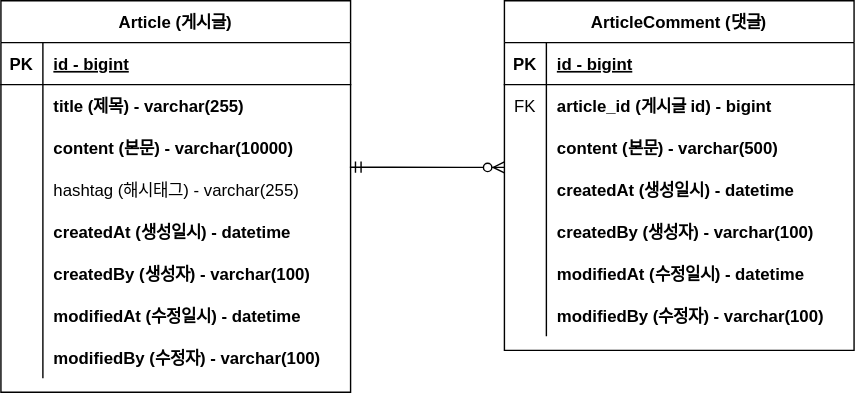
Powerbobo/board-project keeps this draw.io diagram as document/board-project-erd.svg. Above is the earlier version. Source tidied: cells renumbered, new cells last; positions are measured from the earlier drawing's top-left corner, leaving out a move shared by most shapes.
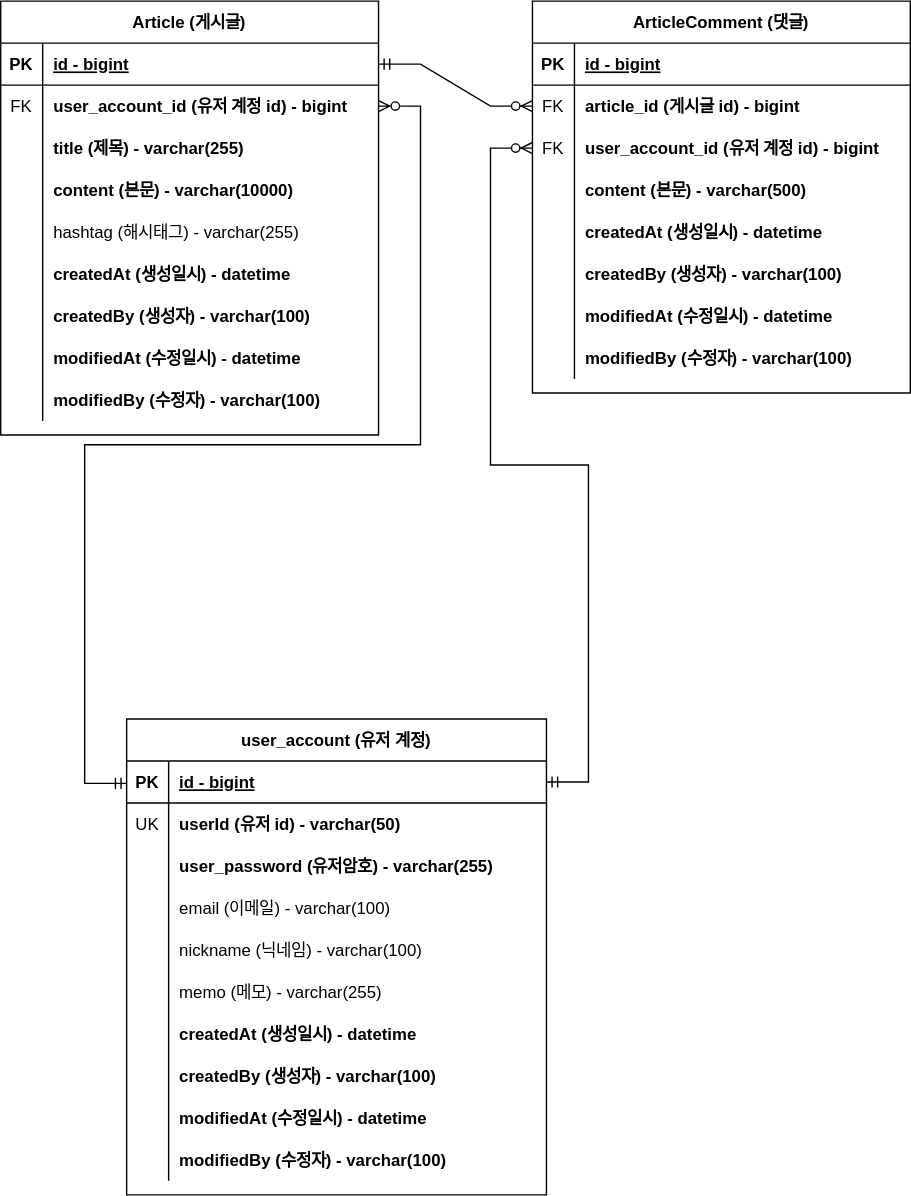
Later version of the same file.

Commit message:
#16 - erd 업데이트: useraccount 테이블 추가

Diff of the diagram source:
```diff
@@ -5,6 +5,6 @@
     <mxCell id="2" value="Article (게시글)" style="shape=table;startSize=30;rowLines=0;fontStyle=1;align=center;" parent="1" vertex="1">
-      <mxGeometry width="250" height="280" as="geometry" />
+      <mxGeometry x="-20" width="270" height="310" as="geometry" />
     </mxCell>
     <mxCell id="3" style="shape=partialRectangle;fillColor=none;points=[[0,0.5],[1,0.5]];portConstraint=eastwest;top=0;left=0;right=0;bottom=1;" parent="2" vertex="1">
-      <mxGeometry y="30" width="250" height="30" as="geometry" />
+      <mxGeometry y="30" width="270" height="30" as="geometry" />
     </mxCell>
@@ -14,6 +14,15 @@
     <mxCell id="5" value="id - bigint" style="shape=partialRectangle;overflow=hidden;fillColor=none;top=0;left=0;bottom=0;right=0;align=left;spacingLeft=6;fontStyle=5;" parent="3" vertex="1">
-      <mxGeometry x="30" width="220" height="30" as="geometry" />
+      <mxGeometry x="30" width="240" height="30" as="geometry" />
     </mxCell>
+    <mxCell id="50" style="shape=partialRectangle;fillColor=none;points=[[0,0.5],[1,0.5]];portConstraint=eastwest;top=0;left=0;right=0;bottom=0;" parent="2" vertex="1">
+      <mxGeometry y="60" width="270" height="30" as="geometry" />
+    </mxCell>
+    <mxCell id="51" value="FK" style="shape=partialRectangle;overflow=hidden;fillColor=none;top=0;left=0;bottom=0;right=0;fontStyle=0;" parent="50" vertex="1">
+      <mxGeometry width="30" height="30" as="geometry" />
+    </mxCell>
+    <mxCell id="52" value="user_account_id (유저 계정 id) - bigint" style="shape=partialRectangle;overflow=hidden;fillColor=none;top=0;left=0;bottom=0;right=0;align=left;spacingLeft=6;fontStyle=1;" parent="50" vertex="1">
+      <mxGeometry x="30" width="240" height="30" as="geometry" />
+    </mxCell>
     <mxCell id="6" style="shape=partialRectangle;fillColor=none;top=0;left=0;right=0;bottom=0;" parent="2" vertex="1">
-      <mxGeometry y="60" width="250" height="30" as="geometry" />
+      <mxGeometry y="90" width="270" height="30" as="geometry" />
     </mxCell>
@@ -23,6 +32,6 @@
     <mxCell id="8" value="title (제목) - varchar(255)" style="shape=partialRectangle;overflow=hidden;fillColor=none;top=0;left=0;bottom=0;right=0;align=left;spacingLeft=6;fontStyle=1;" parent="6" vertex="1">
-      <mxGeometry x="30" width="220" height="30" as="geometry" />
+      <mxGeometry x="30" width="240" height="30" as="geometry" />
     </mxCell>
     <mxCell id="9" style="shape=partialRectangle;fillColor=none;top=0;left=0;right=0;bottom=0;" parent="2" vertex="1">
-      <mxGeometry y="90" width="250" height="30" as="geometry" />
+      <mxGeometry y="120" width="270" height="30" as="geometry" />
     </mxCell>
@@ -32,6 +41,6 @@
     <mxCell id="11" value="content (본문) - varchar(10000)" style="shape=partialRectangle;overflow=hidden;fillColor=none;top=0;left=0;bottom=0;right=0;align=left;spacingLeft=6;fontStyle=1;" parent="9" vertex="1">
-      <mxGeometry x="30" width="220" height="30" as="geometry" />
+      <mxGeometry x="30" width="240" height="30" as="geometry" />
     </mxCell>
     <mxCell id="12" style="shape=partialRectangle;fillColor=none;top=0;left=0;right=0;bottom=0;" parent="2" vertex="1">
-      <mxGeometry y="120" width="250" height="30" as="geometry" />
+      <mxGeometry y="150" width="270" height="30" as="geometry" />
     </mxCell>
@@ -41,6 +50,6 @@
     <mxCell id="14" value="hashtag (해시태그) - varchar(255)" style="shape=partialRectangle;overflow=hidden;fillColor=none;top=0;left=0;bottom=0;right=0;align=left;spacingLeft=6;" parent="12" vertex="1">
-      <mxGeometry x="30" width="220" height="30" as="geometry" />
+      <mxGeometry x="30" width="240" height="30" as="geometry" />
     </mxCell>
     <mxCell id="15" style="shape=partialRectangle;fillColor=none;top=0;left=0;right=0;bottom=0;" parent="2" vertex="1">
-      <mxGeometry y="150" width="250" height="30" as="geometry" />
+      <mxGeometry y="180" width="270" height="30" as="geometry" />
     </mxCell>
@@ -50,6 +59,6 @@
     <mxCell id="17" value="createdAt (생성일시) - datetime" style="shape=partialRectangle;overflow=hidden;fillColor=none;top=0;left=0;bottom=0;right=0;align=left;spacingLeft=6;fontStyle=1;" parent="15" vertex="1">
-      <mxGeometry x="30" width="220" height="30" as="geometry" />
+      <mxGeometry x="30" width="240" height="30" as="geometry" />
     </mxCell>
     <mxCell id="18" style="shape=partialRectangle;fillColor=none;top=0;left=0;right=0;bottom=0;" parent="2" vertex="1">
-      <mxGeometry y="180" width="250" height="30" as="geometry" />
+      <mxGeometry y="210" width="270" height="30" as="geometry" />
     </mxCell>
@@ -59,6 +68,6 @@
     <mxCell id="20" value="createdBy (생성자) - varchar(100)" style="shape=partialRectangle;overflow=hidden;fillColor=none;top=0;left=0;bottom=0;right=0;align=left;spacingLeft=6;fontStyle=1;" parent="18" vertex="1">
-      <mxGeometry x="30" width="220" height="30" as="geometry" />
+      <mxGeometry x="30" width="240" height="30" as="geometry" />
     </mxCell>
     <mxCell id="21" style="shape=partialRectangle;fillColor=none;top=0;left=0;right=0;bottom=0;" parent="2" vertex="1">
-      <mxGeometry y="210" width="250" height="30" as="geometry" />
+      <mxGeometry y="240" width="270" height="30" as="geometry" />
     </mxCell>
@@ -68,6 +77,6 @@
     <mxCell id="23" value="modifiedAt (수정일시) - datetime" style="shape=partialRectangle;overflow=hidden;fillColor=none;top=0;left=0;bottom=0;right=0;align=left;spacingLeft=6;fontStyle=1;" parent="21" vertex="1">
-      <mxGeometry x="30" width="220" height="30" as="geometry" />
+      <mxGeometry x="30" width="240" height="30" as="geometry" />
     </mxCell>
     <mxCell id="24" style="shape=partialRectangle;fillColor=none;top=0;left=0;right=0;bottom=0;" parent="2" vertex="1">
-      <mxGeometry y="240" width="250" height="30" as="geometry" />
+      <mxGeometry y="270" width="270" height="30" as="geometry" />
     </mxCell>
@@ -77,9 +86,9 @@
     <mxCell id="26" value="modifiedBy (수정자) - varchar(100)" style="shape=partialRectangle;overflow=hidden;fillColor=none;top=0;left=0;bottom=0;right=0;align=left;spacingLeft=6;fontStyle=1;" parent="24" vertex="1">
-      <mxGeometry x="30" width="220" height="30" as="geometry" />
+      <mxGeometry x="30" width="240" height="30" as="geometry" />
     </mxCell>
     <mxCell id="27" value="ArticleComment (댓글)" style="shape=table;startSize=30;rowLines=0;fontStyle=1;align=center;" parent="1" vertex="1">
-      <mxGeometry x="360" width="250" height="250" as="geometry" />
+      <mxGeometry x="360" width="270" height="280" as="geometry" />
     </mxCell>
     <mxCell id="28" style="shape=partialRectangle;fillColor=none;top=0;left=0;right=0;bottom=1;" parent="27" vertex="1">
-      <mxGeometry y="30" width="250" height="30" as="geometry" />
+      <mxGeometry y="30" width="270" height="30" as="geometry" />
     </mxCell>
@@ -89,6 +98,6 @@
     <mxCell id="30" value="id - bigint" style="shape=partialRectangle;overflow=hidden;fillColor=none;top=0;left=0;bottom=0;right=0;align=left;spacingLeft=6;fontStyle=5;" parent="28" vertex="1">
-      <mxGeometry x="30" width="220" height="30" as="geometry" />
+      <mxGeometry x="30" width="240" height="30" as="geometry" />
     </mxCell>
     <mxCell id="31" style="shape=partialRectangle;fillColor=none;points=[[0,0.5],[1,0.5]];portConstraint=eastwest;top=0;left=0;right=0;bottom=0;" parent="27" vertex="1">
-      <mxGeometry y="60" width="250" height="30" as="geometry" />
+      <mxGeometry y="60" width="270" height="30" as="geometry" />
     </mxCell>
@@ -98,6 +107,15 @@
     <mxCell id="33" value="article_id (게시글 id) - bigint" style="shape=partialRectangle;overflow=hidden;fillColor=none;top=0;left=0;bottom=0;right=0;align=left;spacingLeft=6;fontStyle=1;" parent="31" vertex="1">
-      <mxGeometry x="30" width="220" height="30" as="geometry" />
+      <mxGeometry x="30" width="240" height="30" as="geometry" />
     </mxCell>
+    <mxCell id="53" style="shape=partialRectangle;fillColor=none;top=0;left=0;right=0;bottom=0;" parent="27" vertex="1">
+      <mxGeometry y="90" width="270" height="30" as="geometry" />
+    </mxCell>
+    <mxCell id="54" value="FK" style="shape=partialRectangle;overflow=hidden;fillColor=none;top=0;left=0;bottom=0;right=0;" parent="53" vertex="1">
+      <mxGeometry width="30" height="30" as="geometry" />
+    </mxCell>
+    <mxCell id="55" value="user_account_id (유저 계정 id) - bigint" style="shape=partialRectangle;overflow=hidden;fillColor=none;top=0;left=0;bottom=0;right=0;align=left;spacingLeft=6;fontStyle=1;" parent="53" vertex="1">
+      <mxGeometry x="30" width="240" height="30" as="geometry" />
+    </mxCell>
     <mxCell id="34" style="shape=partialRectangle;fillColor=none;top=0;left=0;right=0;bottom=0;" parent="27" vertex="1">
-      <mxGeometry y="90" width="250" height="30" as="geometry" />
+      <mxGeometry y="120" width="270" height="30" as="geometry" />
     </mxCell>
@@ -107,6 +125,6 @@
     <mxCell id="36" value="content (본문) - varchar(500)" style="shape=partialRectangle;overflow=hidden;fillColor=none;top=0;left=0;bottom=0;right=0;align=left;spacingLeft=6;fontStyle=1;" parent="34" vertex="1">
-      <mxGeometry x="30" width="220" height="30" as="geometry" />
+      <mxGeometry x="30" width="240" height="30" as="geometry" />
     </mxCell>
     <mxCell id="37" style="shape=partialRectangle;fillColor=none;top=0;left=0;right=0;bottom=0;" parent="27" vertex="1">
-      <mxGeometry y="120" width="250" height="30" as="geometry" />
+      <mxGeometry y="150" width="270" height="30" as="geometry" />
     </mxCell>
@@ -116,6 +134,6 @@
     <mxCell id="39" value="createdAt (생성일시) - datetime" style="shape=partialRectangle;overflow=hidden;fillColor=none;top=0;left=0;bottom=0;right=0;align=left;spacingLeft=6;fontStyle=1;" parent="37" vertex="1">
-      <mxGeometry x="30" width="220" height="30" as="geometry" />
+      <mxGeometry x="30" width="240" height="30" as="geometry" />
     </mxCell>
     <mxCell id="40" style="shape=partialRectangle;fillColor=none;top=0;left=0;right=0;bottom=0;" parent="27" vertex="1">
-      <mxGeometry y="150" width="250" height="30" as="geometry" />
+      <mxGeometry y="180" width="270" height="30" as="geometry" />
     </mxCell>
@@ -125,6 +143,6 @@
     <mxCell id="42" value="createdBy (생성자) - varchar(100)" style="shape=partialRectangle;overflow=hidden;fillColor=none;top=0;left=0;bottom=0;right=0;align=left;spacingLeft=6;fontStyle=1;" parent="40" vertex="1">
-      <mxGeometry x="30" width="220" height="30" as="geometry" />
+      <mxGeometry x="30" width="240" height="30" as="geometry" />
     </mxCell>
     <mxCell id="43" style="shape=partialRectangle;fillColor=none;top=0;left=0;right=0;bottom=0;" parent="27" vertex="1">
-      <mxGeometry y="180" width="250" height="30" as="geometry" />
+      <mxGeometry y="210" width="270" height="30" as="geometry" />
     </mxCell>
@@ -134,6 +152,6 @@
     <mxCell id="45" value="modifiedAt (수정일시) - datetime" style="shape=partialRectangle;overflow=hidden;fillColor=none;top=0;left=0;bottom=0;right=0;align=left;spacingLeft=6;fontStyle=1;" parent="43" vertex="1">
-      <mxGeometry x="30" width="220" height="30" as="geometry" />
+      <mxGeometry x="30" width="240" height="30" as="geometry" />
     </mxCell>
     <mxCell id="46" style="shape=partialRectangle;fillColor=none;top=0;left=0;right=0;bottom=0;" parent="27" vertex="1">
-      <mxGeometry y="210" width="250" height="30" as="geometry" />
+      <mxGeometry y="240" width="270" height="30" as="geometry" />
     </mxCell>
@@ -143,10 +161,120 @@
     <mxCell id="48" value="modifiedBy (수정자) - varchar(100)" style="shape=partialRectangle;overflow=hidden;fillColor=none;top=0;left=0;bottom=0;right=0;align=left;spacingLeft=6;fontStyle=1;" parent="46" vertex="1">
-      <mxGeometry x="30" width="220" height="30" as="geometry" />
+      <mxGeometry x="30" width="240" height="30" as="geometry" />
     </mxCell>
-    <mxCell id="49" style="edgeStyle=entityRelationEdgeStyle;fontSize=12;html=1;endArrow=ERzeroToMany;startArrow=ERmandOne;rounded=0;exitX=0.998;exitY=1.002;exitDx=0;exitDy=0;exitPerimeter=0;entryX=0;entryY=0.006;entryDx=0;entryDy=0;entryPerimeter=0;" parent="1" edge="1">
-      <mxGeometry relative="1" as="geometry">
-        <mxPoint x="249.5" y="119.1" as="sourcePoint" />
-        <mxPoint x="360" y="119.2" as="targetPoint" />
-      </mxGeometry>
+    <mxCell id="49" style="edgeStyle=entityRelationEdgeStyle;fontSize=12;html=1;endArrow=ERzeroToMany;startArrow=ERmandOne;rounded=0;exitX=1;exitY=0.5;exitDx=0;exitDy=0;entryX=0;entryY=0.5;entryDx=0;entryDy=0;" parent="1" edge="1" source="3" target="31">
+      <mxGeometry relative="1" as="geometry" />
     </mxCell>
+    <mxCell id="56" value="user_account (유저 계정)" style="shape=table;startSize=30;rowLines=0;fontStyle=1;align=center;" parent="1" vertex="1">
+      <mxGeometry x="70" y="513" width="300" height="340" as="geometry" />
+    </mxCell>
+    <mxCell id="57" style="shape=partialRectangle;fillColor=none;points=[[0,0.5],[1,0.5]];portConstraint=eastwest;top=0;left=0;right=0;bottom=1;" parent="56" vertex="1">
+      <mxGeometry y="30" width="300" height="30" as="geometry" />
+    </mxCell>
+    <mxCell id="58" value="PK" style="shape=partialRectangle;overflow=hidden;fillColor=none;top=0;left=0;bottom=0;right=0;fontStyle=1;" parent="57" vertex="1">
+      <mxGeometry width="30" height="30" as="geometry" />
+    </mxCell>
+    <mxCell id="59" value="id - bigint" style="shape=partialRectangle;overflow=hidden;fillColor=none;top=0;left=0;bottom=0;right=0;align=left;spacingLeft=6;fontStyle=5;" parent="57" vertex="1">
+      <mxGeometry x="30" width="270" height="30" as="geometry" />
+    </mxCell>
+    <mxCell id="60" style="shape=partialRectangle;fillColor=none;top=0;left=0;right=0;bottom=0;" parent="56" vertex="1">
+      <mxGeometry y="60" width="300" height="30" as="geometry" />
+    </mxCell>
+    <mxCell id="61" value="UK" style="shape=partialRectangle;overflow=hidden;fillColor=none;top=0;left=0;bottom=0;right=0;fontStyle=0;" parent="60" vertex="1">
+      <mxGeometry width="30" height="30" as="geometry" />
+    </mxCell>
+    <mxCell id="62" value="userId (유저 id) - varchar(50)" style="shape=partialRectangle;overflow=hidden;fillColor=none;top=0;left=0;bottom=0;right=0;align=left;spacingLeft=6;fontStyle=1;" parent="60" vertex="1">
+      <mxGeometry x="30" width="270" height="30" as="geometry" />
+    </mxCell>
+    <mxCell id="63" style="shape=partialRectangle;fillColor=none;top=0;left=0;right=0;bottom=0;" parent="56" vertex="1">
+      <mxGeometry y="90" width="300" height="30" as="geometry" />
+    </mxCell>
+    <mxCell id="64" style="shape=partialRectangle;overflow=hidden;fillColor=none;top=0;left=0;bottom=0;right=0;" parent="63" vertex="1">
+      <mxGeometry width="30" height="30" as="geometry" />
+    </mxCell>
+    <mxCell id="65" value="user_password (유저암호) - varchar(255)" style="shape=partialRectangle;overflow=hidden;fillColor=none;top=0;left=0;bottom=0;right=0;align=left;spacingLeft=6;fontStyle=1;" parent="63" vertex="1">
+      <mxGeometry x="30" width="270" height="30" as="geometry" />
+    </mxCell>
+    <mxCell id="66" style="shape=partialRectangle;fillColor=none;top=0;left=0;right=0;bottom=0;" parent="56" vertex="1">
+      <mxGeometry y="120" width="300" height="30" as="geometry" />
+    </mxCell>
+    <mxCell id="67" style="shape=partialRectangle;overflow=hidden;fillColor=none;top=0;left=0;bottom=0;right=0;" parent="66" vertex="1">
+      <mxGeometry width="30" height="30" as="geometry" />
+    </mxCell>
+    <mxCell id="68" value="email (이메일) - varchar(100)" style="shape=partialRectangle;overflow=hidden;fillColor=none;top=0;left=0;bottom=0;right=0;align=left;spacingLeft=6;fontStyle=0;" parent="66" vertex="1">
+      <mxGeometry x="30" width="270" height="30" as="geometry" />
+    </mxCell>
+    <mxCell id="69" style="shape=partialRectangle;fillColor=none;top=0;left=0;right=0;bottom=0;" parent="56" vertex="1">
+      <mxGeometry y="150" width="300" height="30" as="geometry" />
+    </mxCell>
+    <mxCell id="70" style="shape=partialRectangle;overflow=hidden;fillColor=none;top=0;left=0;bottom=0;right=0;" parent="69" vertex="1">
+      <mxGeometry width="30" height="30" as="geometry" />
+    </mxCell>
+    <mxCell id="71" value="nickname (닉네임) - varchar(100)" style="shape=partialRectangle;overflow=hidden;fillColor=none;top=0;left=0;bottom=0;right=0;align=left;spacingLeft=6;" parent="69" vertex="1">
+      <mxGeometry x="30" width="270" height="30" as="geometry" />
+    </mxCell>
+    <mxCell id="72" style="shape=partialRectangle;fillColor=none;top=0;left=0;right=0;bottom=0;" parent="56" vertex="1">
+      <mxGeometry y="180" width="300" height="30" as="geometry" />
+    </mxCell>
+    <mxCell id="73" style="shape=partialRectangle;overflow=hidden;fillColor=none;top=0;left=0;bottom=0;right=0;" parent="72" vertex="1">
+      <mxGeometry width="30" height="30" as="geometry" />
+    </mxCell>
+    <mxCell id="74" value="memo (메모) - varchar(255)" style="shape=partialRectangle;overflow=hidden;fillColor=none;top=0;left=0;bottom=0;right=0;align=left;spacingLeft=6;fontStyle=0;" parent="72" vertex="1">
+      <mxGeometry x="30" width="270" height="30" as="geometry" />
+    </mxCell>
+    <mxCell id="75" style="shape=partialRectangle;fillColor=none;top=0;left=0;right=0;bottom=0;" parent="56" vertex="1">
+      <mxGeometry y="210" width="300" height="30" as="geometry" />
+    </mxCell>
+    <mxCell id="76" style="shape=partialRectangle;overflow=hidden;fillColor=none;top=0;left=0;bottom=0;right=0;" parent="75" vertex="1">
+      <mxGeometry width="30" height="30" as="geometry" />
+    </mxCell>
+    <mxCell id="77" value="createdAt (생성일시) - datetime" style="shape=partialRectangle;overflow=hidden;fillColor=none;top=0;left=0;bottom=0;right=0;align=left;spacingLeft=6;fontStyle=1;" parent="75" vertex="1">
+      <mxGeometry x="30" width="270" height="30" as="geometry" />
+    </mxCell>
+    <mxCell id="78" style="shape=partialRectangle;fillColor=none;top=0;left=0;right=0;bottom=0;" parent="56" vertex="1">
+      <mxGeometry y="240" width="300" height="30" as="geometry" />
+    </mxCell>
+    <mxCell id="79" style="shape=partialRectangle;overflow=hidden;fillColor=none;top=0;left=0;bottom=0;right=0;" parent="78" vertex="1">
+      <mxGeometry width="30" height="30" as="geometry" />
+    </mxCell>
+    <mxCell id="80" value="createdBy (생성자) - varchar(100)" style="shape=partialRectangle;overflow=hidden;fillColor=none;top=0;left=0;bottom=0;right=0;align=left;spacingLeft=6;fontStyle=1;" parent="78" vertex="1">
+      <mxGeometry x="30" width="270" height="30" as="geometry" />
+    </mxCell>
+    <mxCell id="81" style="shape=partialRectangle;fillColor=none;top=0;left=0;right=0;bottom=0;" parent="56" vertex="1">
+      <mxGeometry y="270" width="300" height="30" as="geometry" />
+    </mxCell>
+    <mxCell id="82" style="shape=partialRectangle;overflow=hidden;fillColor=none;top=0;left=0;bottom=0;right=0;" parent="81" vertex="1">
+      <mxGeometry width="30" height="30" as="geometry" />
+    </mxCell>
+    <mxCell id="83" value="modifiedAt (수정일시) - datetime" style="shape=partialRectangle;overflow=hidden;fillColor=none;top=0;left=0;bottom=0;right=0;align=left;spacingLeft=6;fontStyle=1;" parent="81" vertex="1">
+      <mxGeometry x="30" width="270" height="30" as="geometry" />
+    </mxCell>
+    <mxCell id="84" style="shape=partialRectangle;fillColor=none;top=0;left=0;right=0;bottom=0;" parent="56" vertex="1">
+      <mxGeometry y="300" width="300" height="30" as="geometry" />
+    </mxCell>
+    <mxCell id="85" style="shape=partialRectangle;overflow=hidden;fillColor=none;top=0;left=0;bottom=0;right=0;" parent="84" vertex="1">
+      <mxGeometry width="30" height="30" as="geometry" />
+    </mxCell>
+    <mxCell id="86" value="modifiedBy (수정자) - varchar(100)" style="shape=partialRectangle;overflow=hidden;fillColor=none;top=0;left=0;bottom=0;right=0;align=left;spacingLeft=6;fontStyle=1;" parent="84" vertex="1">
+      <mxGeometry x="30" width="270" height="30" as="geometry" />
+    </mxCell>
+    <mxCell id="87" style="edgeStyle=entityRelationEdgeStyle;fontSize=12;html=1;endArrow=ERzeroToMany;startArrow=ERmandOne;rounded=0;exitX=1;exitY=0.5;exitDx=0;exitDy=0;" parent="1" edge="1" source="57">
+      <mxGeometry relative="1" as="geometry">
+        <mxPoint x="360" y="105" as="targetPoint" />
+        <Array as="points">
+          <mxPoint x="170" y="359" />
+          <mxPoint x="180" y="359" />
+          <mxPoint x="450" y="299" />
+          <mxPoint x="250" y="359" />
+          <mxPoint x="350" y="99" />
+        </Array>
+      </mxGeometry>
+    </mxCell>
+    <mxCell id="88" style="edgeStyle=entityRelationEdgeStyle;fontSize=12;html=1;endArrow=ERmandOne;endFill=0;rounded=0;exitX=1;exitY=0.5;exitDx=0;exitDy=0;startArrow=ERzeroToMany;startFill=0;" parent="1" edge="1" source="50">
+      <mxGeometry relative="1" as="geometry">
+        <mxPoint x="70" y="559" as="targetPoint" />
+        <Array as="points">
+          <mxPoint x="230" y="289" />
+        </Array>
+      </mxGeometry>
+    </mxCell>
   </root>
```
